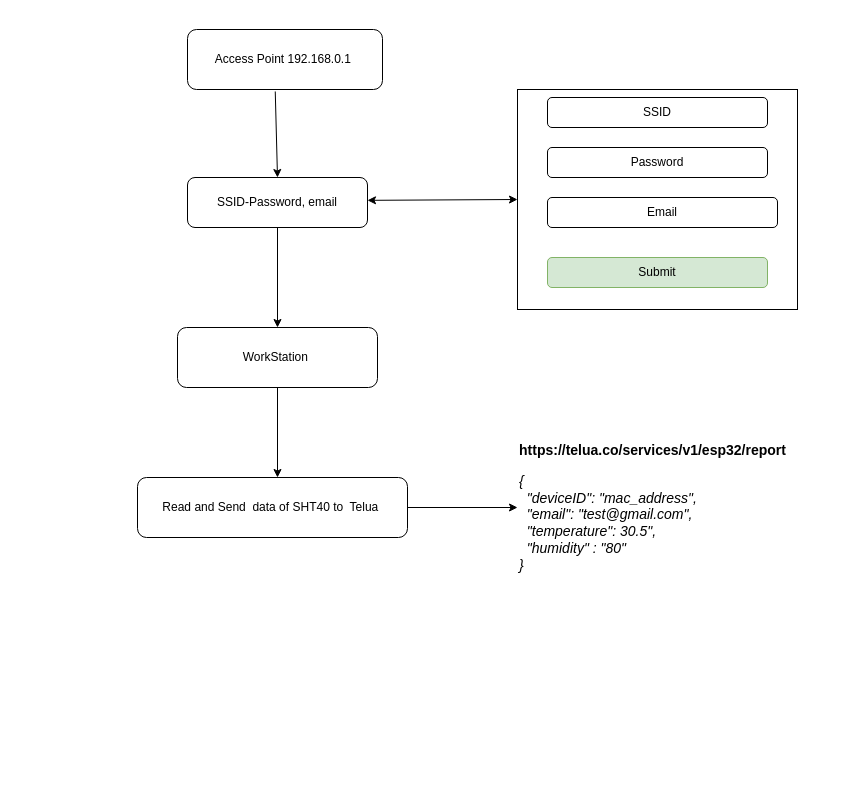
This is esp32/esp32.drawio from letrthong/uhes_visual_programing_iot, a draw.io file, before an edit. Source tidied: cells renumbered, new cells numbered last; positions are measured from the earlier drawing's top-left corner, leaving out a move shared by most shapes. Both pictures are drawn from the tidied source at 100%, with x=0, y=0 at pixel (137, 29).
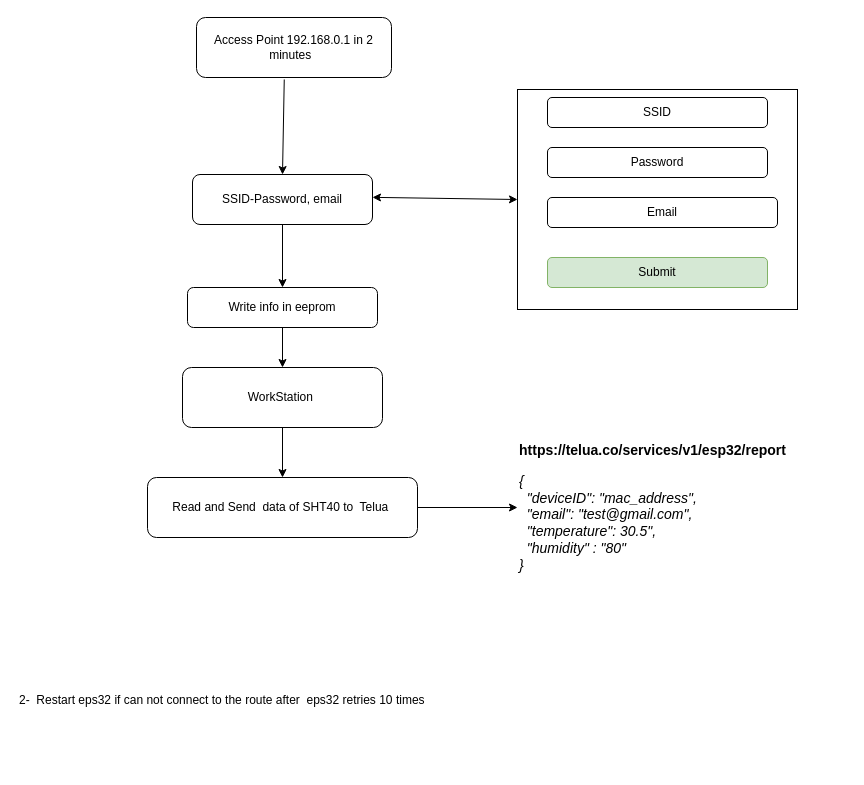
The same diagram, later.

Diff of the diagram source:
```diff
@@
 <mxGraphModel>
   <root>
     <mxCell id="0" />
     <mxCell id="1" parent="0" />
-    <mxCell id="2" value="Access Point 192.168.0.1&amp;nbsp;" style="rounded=1;whiteSpace=wrap;html=1;" parent="1" vertex="1">
-      <mxGeometry x="50" width="195" height="60" as="geometry" />
+    <mxCell id="2" value="Access Point 192.168.0.1 in 2 minutes&amp;nbsp;&amp;nbsp;" style="rounded=1;whiteSpace=wrap;html=1;" parent="1" vertex="1">
+      <mxGeometry x="59" y="-12" width="195" height="60" as="geometry" />
     </mxCell>
     <mxCell id="3" value="SSID-Password, email" style="rounded=1;whiteSpace=wrap;html=1;" parent="1" vertex="1">
-      <mxGeometry x="50" y="148" width="180" height="50" as="geometry" />
+      <mxGeometry x="55" y="145" width="180" height="50" as="geometry" />
     </mxCell>
     <mxCell id="4" style="endArrow=classic;html=1;exitX=0.45;exitY=1.033;exitDx=0;exitDy=0;exitPerimeter=0;entryX=0.5;entryY=0;entryDx=0;entryDy=0;" parent="1" edge="1" source="2" target="3">
       <mxGeometry relative="1" as="geometry" />
     </mxCell>
     <mxCell id="5" value="WorkStation&amp;nbsp;" style="rounded=1;whiteSpace=wrap;html=1;" parent="1" vertex="1">
-      <mxGeometry x="40" y="298" width="200" height="60" as="geometry" />
+      <mxGeometry x="45" y="338" width="200" height="60" as="geometry" />
     </mxCell>
-    <mxCell id="6" style="endArrow=classic;html=1;exitX=0.5;exitY=1;exitDx=0;exitDy=0;entryX=0.5;entryY=0;entryDx=0;entryDy=0;" parent="1" edge="1" source="3" target="5">
-      <mxGeometry relative="1" as="geometry" />
-    </mxCell>
     <mxCell id="7" value="Read and Send&amp;nbsp; data of SHT40 to&amp;nbsp; Telua&amp;nbsp;" style="rounded=1;whiteSpace=wrap;html=1;" parent="1" vertex="1">
-      <mxGeometry y="448" width="270" height="60" as="geometry" />
+      <mxGeometry x="10" y="448" width="270" height="60" as="geometry" />
     </mxCell>
-    <mxCell id="8" style="endArrow=classic;html=1;exitX=0.5;exitY=1;exitDx=0;exitDy=0;" parent="1" edge="1" source="5">
-      <mxGeometry relative="1" as="geometry">
-        <mxPoint x="140" y="448" as="targetPoint" />
-      </mxGeometry>
+    <mxCell id="8" style="endArrow=classic;html=1;exitX=0.5;exitY=1;exitDx=0;exitDy=0;entryX=0.5;entryY=0;entryDx=0;entryDy=0;" parent="1" edge="1" source="5" target="7">
+      <mxGeometry relative="1" as="geometry" />
     </mxCell>
     <mxCell id="9" style="rounded=0;whiteSpace=wrap;html=1;" parent="1" vertex="1">
       <mxGeometry x="380" y="60" width="280" height="220" as="geometry" />
     </mxCell>
     <mxCell id="10" value="Submit" style="rounded=1;whiteSpace=wrap;html=1;fillColor=#d5e8d4;strokeColor=#82b366;" parent="1" vertex="1">
       <mxGeometry x="410" y="228" width="220" height="30" as="geometry" />
     </mxCell>
     <mxCell id="11" value="SSID" style="rounded=1;whiteSpace=wrap;html=1;" parent="1" vertex="1">
       <mxGeometry x="410" y="68" width="220" height="30" as="geometry" />
     </mxCell>
     <mxCell id="12" value="Password" style="rounded=1;whiteSpace=wrap;html=1;" parent="1" vertex="1">
       <mxGeometry x="410" y="118" width="220" height="30" as="geometry" />
     </mxCell>
     <mxCell id="13" value="Email" style="rounded=1;whiteSpace=wrap;html=1;" parent="1" vertex="1">
       <mxGeometry x="410" y="168" width="230" height="30" as="geometry" />
     </mxCell>
-    <mxCell id="14" style="endArrow=classic;startArrow=classic;html=1;exitX=1;exitY=0.457;exitDx=0;exitDy=0;exitPerimeter=0;" parent="1" edge="1" source="3">
-      <mxGeometry relative="1" as="geometry">
-        <mxPoint x="380" y="170" as="targetPoint" />
-      </mxGeometry>
+    <mxCell id="14" style="endArrow=classic;startArrow=classic;html=1;exitX=1;exitY=0.457;exitDx=0;exitDy=0;exitPerimeter=0;entryX=0;entryY=0.5;entryDx=0;entryDy=0;" parent="1" edge="1" source="3" target="9">
+      <mxGeometry relative="1" as="geometry" />
     </mxCell>
     <mxCell id="15" value="&lt;span style=&quot;font-size: 14px&quot;&gt;&lt;b&gt;https://telua.co/services/v1/esp32/report&lt;/b&gt;&lt;br&gt;&lt;/span&gt;&lt;br&gt;&lt;span style=&quot;font-style: italic ; font-size: 14px&quot;&gt;{&lt;/span&gt;&lt;br&gt;&lt;span style=&quot;font-style: italic ; font-size: 14px&quot;&gt;&amp;nbsp; &quot;deviceID&quot;: &quot;mac_address&quot;,&lt;/span&gt;&lt;br&gt;&lt;span style=&quot;font-style: italic ; font-size: 14px&quot;&gt;&amp;nbsp; &quot;email&quot;: &quot;test@gmail.com&quot;,&lt;/span&gt;&lt;br&gt;&lt;span style=&quot;font-style: italic ; font-size: 14px&quot;&gt;&amp;nbsp; &quot;temperature&quot;: 30.5&quot;,&amp;nbsp;&lt;/span&gt;&lt;br&gt;&lt;span style=&quot;font-style: italic ; font-size: 14px&quot;&gt;&amp;nbsp; &quot;humidity&quot; : &quot;80&quot;&lt;/span&gt;&lt;br&gt;&lt;span style=&quot;font-style: italic ; font-size: 14px&quot;&gt;}&lt;/span&gt;" style="text;html=1;strokeColor=none;fillColor=none;align=left;verticalAlign=middle;whiteSpace=wrap;rounded=0;" parent="1" vertex="1">
       <mxGeometry x="380" y="398" width="320" height="160" as="geometry" />
     </mxCell>
     <mxCell id="16" style="endArrow=classic;html=1;entryX=0;entryY=0.5;entryDx=0;entryDy=0;exitX=1;exitY=0.5;exitDx=0;exitDy=0;" parent="1" edge="1" source="7" target="15">
       <mxGeometry relative="1" as="geometry" />
     </mxCell>
+    <mxCell id="17" value="Write info in&amp;nbsp;eeprom" style="rounded=1;whiteSpace=wrap;html=1;align=center;" parent="1" vertex="1">
+      <mxGeometry x="50" y="258" width="190" height="40" as="geometry" />
+    </mxCell>
+    <mxCell id="18" style="endArrow=classic;html=1;exitX=0.5;exitY=1;exitDx=0;exitDy=0;" parent="1" edge="1" source="3" target="17">
+      <mxGeometry relative="1" as="geometry" />
+    </mxCell>
+    <mxCell id="19" style="endArrow=classic;html=1;exitX=0.5;exitY=1;exitDx=0;exitDy=0;" parent="1" edge="1" source="17" target="5">
+      <mxGeometry relative="1" as="geometry" />
+    </mxCell>
+    <mxCell id="20" value="2-&amp;nbsp; Restart eps32 if can not connect to the route after&amp;nbsp; eps32 retries 10 times&lt;br&gt;&amp;nbsp;" style="text;html=1;strokeColor=none;fillColor=none;align=left;verticalAlign=middle;whiteSpace=wrap;rounded=0;" parent="1" vertex="1">
+      <mxGeometry x="-120" y="618" width="830" height="120" as="geometry" />
+    </mxCell>
   </root>
 </mxGraphModel>
```
